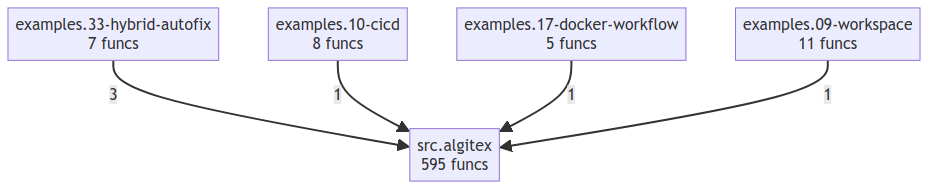
Above: project/compact_flow.png in semcod/algitex (Mermaid), before the change. Its source is kept beside it as project/compact_flow.mmd.
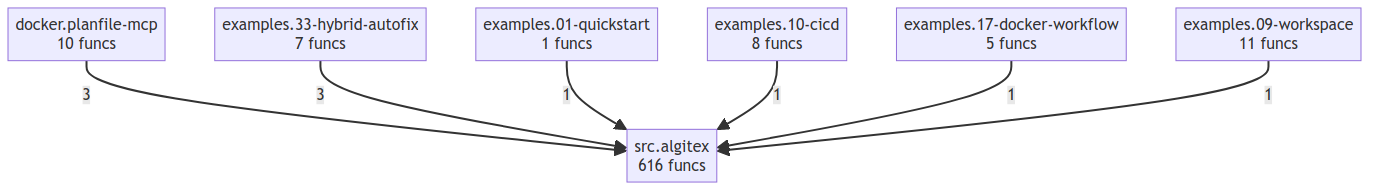
Later version of the same file.

What changed in the source:
```diff
@@ -1,10 +1,14 @@
 flowchart TD
+    docker__planfile_mcp["docker.planfile-mcp<br/>10 funcs"]
+    examples__01_quickstart["examples.01-quickstart<br/>1 funcs"]
     examples__09_workspace["examples.09-workspace<br/>11 funcs"]
     examples__10_cicd["examples.10-cicd<br/>8 funcs"]
     examples__17_docker_workflow["examples.17-docker-workflow<br/>5 funcs"]
     examples__33_hybrid_autofix["examples.33-hybrid-autofix<br/>7 funcs"]
-    src__algitex["src.algitex<br/>595 funcs"]
+    src__algitex["src.algitex<br/>616 funcs"]
+    docker__planfile_mcp -->|3| src__algitex
     examples__33_hybrid_autofix -->|3| src__algitex
+    examples__01_quickstart -->|1| src__algitex
     examples__10_cicd -->|1| src__algitex
     examples__17_docker_workflow -->|1| src__algitex
     examples__09_workspace -->|1| src__algitex
```
